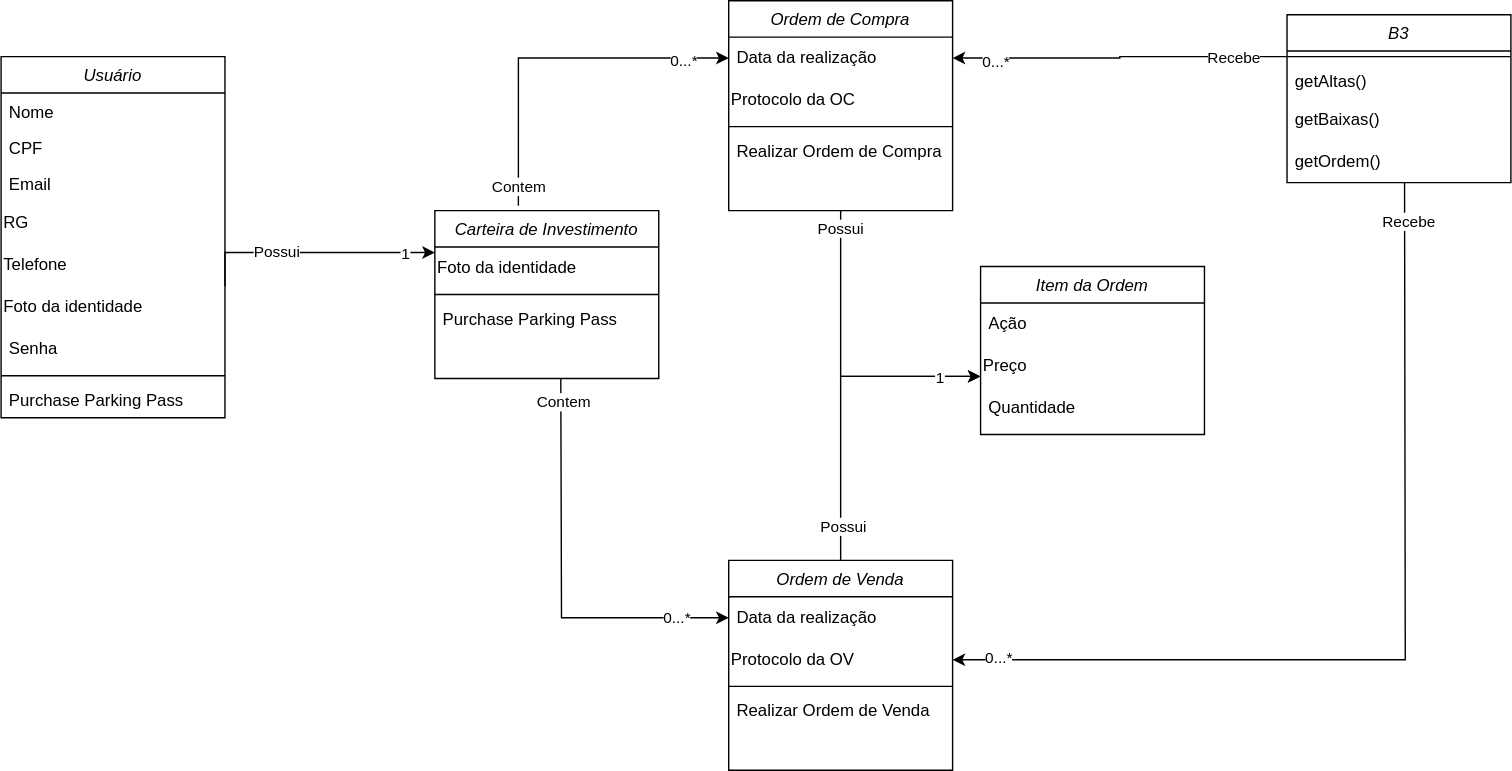
JesCat16/Projeto01_Modelagem_De_Software keeps this draw.io diagram as Diagrama de classe.drawio.svg. Above is the earlier version. Source tidied: cells renumbered, new cells last; positions are measured from the earlier drawing's top-left corner, leaving out a move shared by most shapes.
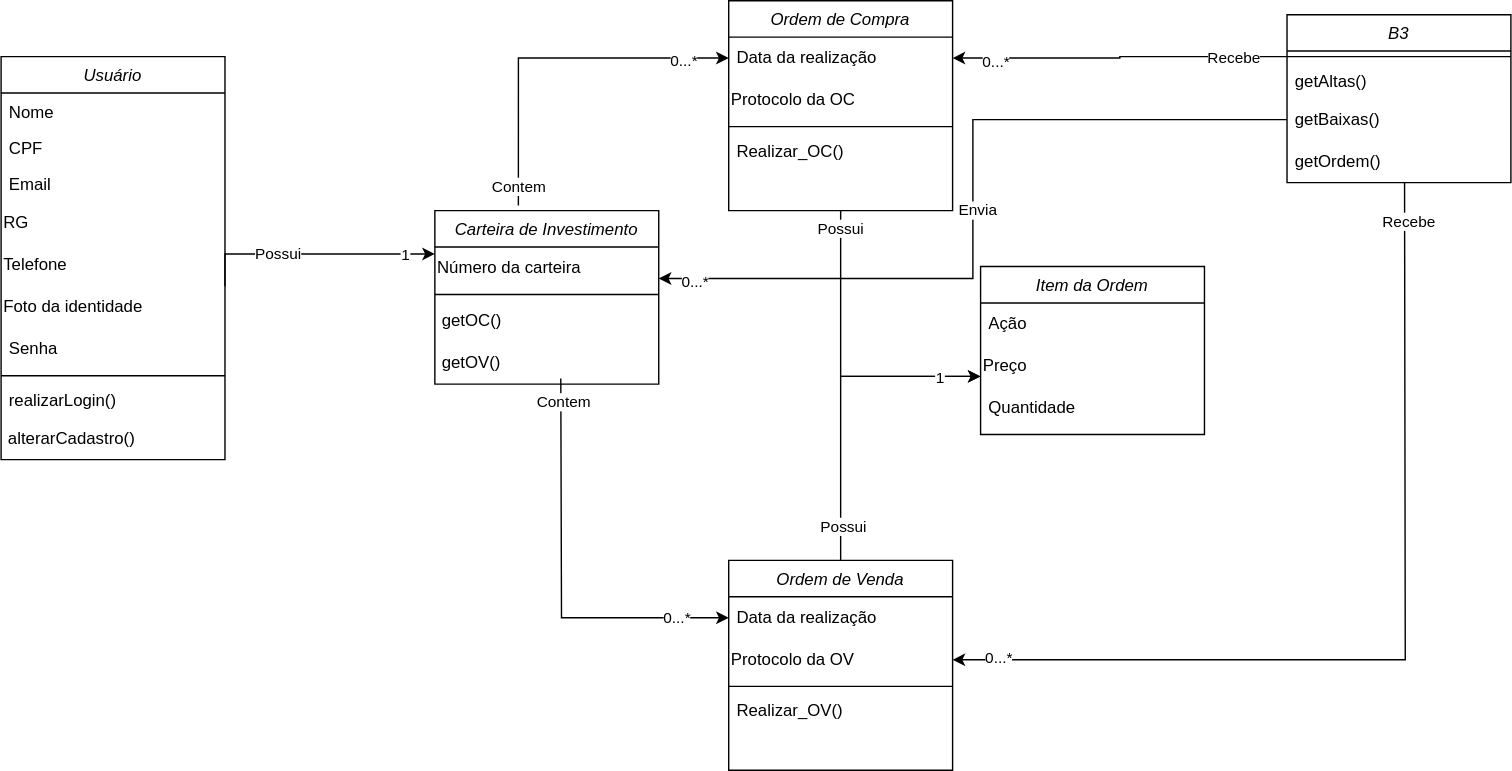
After the commit.

What changed in the source:
```diff
@@ -3,7 +3,7 @@
     <mxCell id="0" />
     <mxCell id="1" parent="0" />
     <mxCell id="2" value="Usuário" style="swimlane;fontStyle=2;align=center;verticalAlign=top;horizontal=1;startSize=26;rounded=0;shadow=0;strokeWidth=1;" parent="1" vertex="1">
-      <mxGeometry y="40" width="160" height="258" as="geometry" />
+      <mxGeometry y="40" width="160" height="288" as="geometry" />
     </mxCell>
     <mxCell id="3" value="Nome" style="text;align=left;verticalAlign=top;spacingLeft=4;spacingRight=4;overflow=hidden;" parent="2" vertex="1">
       <mxGeometry y="26" width="160" height="26" as="geometry" />
@@ -29,21 +29,27 @@
     <mxCell id="10" style="line;html=1;strokeWidth=1;align=left;verticalAlign=middle;spacingTop=-1;spacingLeft=3;spacingRight=3;labelPosition=right;" parent="2" vertex="1">
       <mxGeometry y="224" width="160" height="8" as="geometry" />
     </mxCell>
-    <mxCell id="11" value="Purchase Parking Pass" style="text;align=left;verticalAlign=top;spacingLeft=4;spacingRight=4;overflow=hidden;" parent="2" vertex="1">
+    <mxCell id="11" value="realizarLogin()" style="text;align=left;verticalAlign=top;spacingLeft=4;spacingRight=4;overflow=hidden;" parent="2" vertex="1">
       <mxGeometry y="232" width="160" height="26" as="geometry" />
     </mxCell>
+    <mxCell id="55" value="&amp;nbsp;alterarCadastro()" style="text;html=1;align=left;verticalAlign=middle;strokeColor=none;fillColor=none;" parent="2" vertex="1">
+      <mxGeometry y="258" width="160" height="30" as="geometry" />
+    </mxCell>
     <mxCell id="12" value="Carteira de Investimento" style="swimlane;fontStyle=2;align=center;verticalAlign=top;horizontal=1;startSize=26;rounded=0;shadow=0;strokeWidth=1;" parent="1" vertex="1">
-      <mxGeometry x="310" y="150" width="160" height="120" as="geometry" />
+      <mxGeometry x="310" y="150" width="160" height="124" as="geometry" />
     </mxCell>
-    <mxCell id="13" value="Foto da identidade" style="text;html=1;align=left;verticalAlign=middle;whiteSpace=wrap;rounded=0;" parent="12" vertex="1">
+    <mxCell id="13" value="Número da carteira" style="text;html=1;align=left;verticalAlign=middle;whiteSpace=wrap;rounded=0;" parent="12" vertex="1">
       <mxGeometry y="26" width="160" height="30" as="geometry" />
     </mxCell>
     <mxCell id="14" style="line;html=1;strokeWidth=1;align=left;verticalAlign=middle;spacingTop=-1;spacingLeft=3;spacingRight=3;labelPosition=right;" parent="12" vertex="1">
       <mxGeometry y="56" width="160" height="8" as="geometry" />
     </mxCell>
-    <mxCell id="15" value="Purchase Parking Pass" style="text;align=left;verticalAlign=top;spacingLeft=4;spacingRight=4;overflow=hidden;" parent="12" vertex="1">
-      <mxGeometry y="64" width="160" height="26" as="geometry" />
-    </mxCell>
+    <mxCell id="56" value="&amp;nbsp;getOC()" style="text;html=1;align=left;verticalAlign=middle;strokeColor=none;fillColor=none;" parent="12" vertex="1">
+      <mxGeometry y="64" width="160" height="30" as="geometry" />
+    </mxCell>
+    <mxCell id="57" value="&amp;nbsp;getOV()" style="text;html=1;align=left;verticalAlign=middle;strokeColor=none;fillColor=none;" parent="12" vertex="1">
+      <mxGeometry y="94" width="160" height="30" as="geometry" />
+    </mxCell>
     <mxCell id="16" value="Ordem de Compra" style="swimlane;fontStyle=2;align=center;verticalAlign=top;horizontal=1;startSize=26;rounded=0;shadow=0;strokeWidth=1;" parent="1" vertex="1">
       <mxGeometry x="520" width="160" height="150" as="geometry" />
     </mxCell>
@@ -56,7 +62,7 @@
     <mxCell id="19" style="line;html=1;strokeWidth=1;align=left;verticalAlign=middle;spacingTop=-1;spacingLeft=3;spacingRight=3;labelPosition=right;" parent="16" vertex="1">
       <mxGeometry y="86" width="160" height="8" as="geometry" />
     </mxCell>
-    <mxCell id="20" value="Realizar Ordem de Compra" style="text;align=left;verticalAlign=top;spacingLeft=4;spacingRight=4;overflow=hidden;" parent="16" vertex="1">
+    <mxCell id="20" value="Realizar_OC()" style="text;align=left;verticalAlign=top;spacingLeft=4;spacingRight=4;overflow=hidden;" parent="16" vertex="1">
       <mxGeometry y="94" width="160" height="26" as="geometry" />
     </mxCell>
     <mxCell id="21" value="Item da Ordem" style="swimlane;fontStyle=2;align=center;verticalAlign=top;horizontal=1;startSize=26;rounded=0;shadow=0;strokeWidth=1;" parent="1" vertex="1">
@@ -105,7 +111,7 @@
     <mxCell id="34" style="line;html=1;strokeWidth=1;align=left;verticalAlign=middle;spacingTop=-1;spacingLeft=3;spacingRight=3;labelPosition=right;" parent="25" vertex="1">
       <mxGeometry y="86" width="160" height="8" as="geometry" />
     </mxCell>
-    <mxCell id="35" value="Realizar Ordem de Venda" style="text;align=left;verticalAlign=top;spacingLeft=4;spacingRight=4;overflow=hidden;" parent="25" vertex="1">
+    <mxCell id="35" value="Realizar_OV()" style="text;align=left;verticalAlign=top;spacingLeft=4;spacingRight=4;overflow=hidden;" parent="25" vertex="1">
       <mxGeometry y="94" width="160" height="26" as="geometry" />
     </mxCell>
     <mxCell id="36" style="edgeStyle=orthogonalEdgeStyle;rounded=0;jettySize=auto;html=1;exitX=0;exitY=0.25;exitDx=0;exitDy=0;entryX=1;entryY=0.5;entryDx=0;entryDy=0;startArrow=none;startFill=0;endArrow=classic;endFill=1;" parent="1" edge="1" source="39" target="17">
@@ -169,5 +175,16 @@
         <mxPoint x="1" as="offset" />
       </mxGeometry>
     </mxCell>
+    <mxCell id="58" style="edgeStyle=orthogonalEdgeStyle;rounded=0;jettySize=auto;html=1;exitX=0;exitY=0.5;exitDx=0;exitDy=0;entryX=1;entryY=0.75;entryDx=0;entryDy=0;" parent="1" edge="1" source="42" target="13">
+      <mxGeometry relative="1" as="geometry" />
+    </mxCell>
+    <mxCell id="59" value="Envia" style="edgeLabel;html=1;align=center;verticalAlign=middle;" parent="58" vertex="1">
+      <mxGeometry x="0.03" y="3" relative="1" as="geometry" />
+    </mxCell>
+    <mxCell id="60" value="0...*" style="edgeLabel;html=1;align=center;verticalAlign=middle;" parent="58" vertex="1">
+      <mxGeometry x="0.91" y="2" relative="1" as="geometry">
+        <mxPoint x="2" as="offset" />
+      </mxGeometry>
+    </mxCell>
   </root>
 </mxGraphModel>
```
